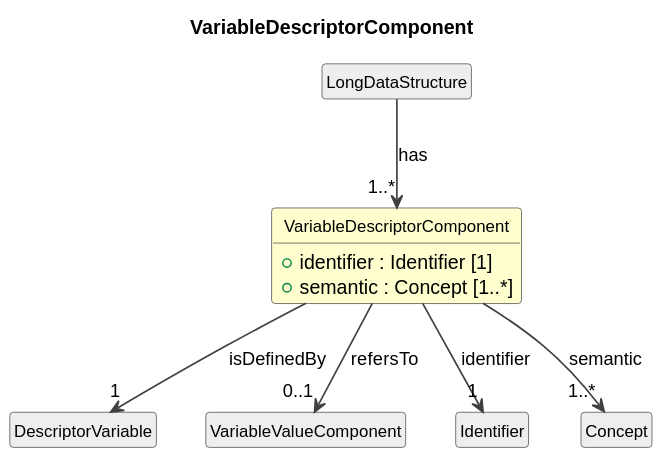
This is cdif-uml-model/_plantuml/cdifDataStructure/Classes/VariableDescriptorComponent.svg from Cross-Domain-Interoperability-Framework/metadataBuildingBlocks, a PlantUML export, as it was before one commit.
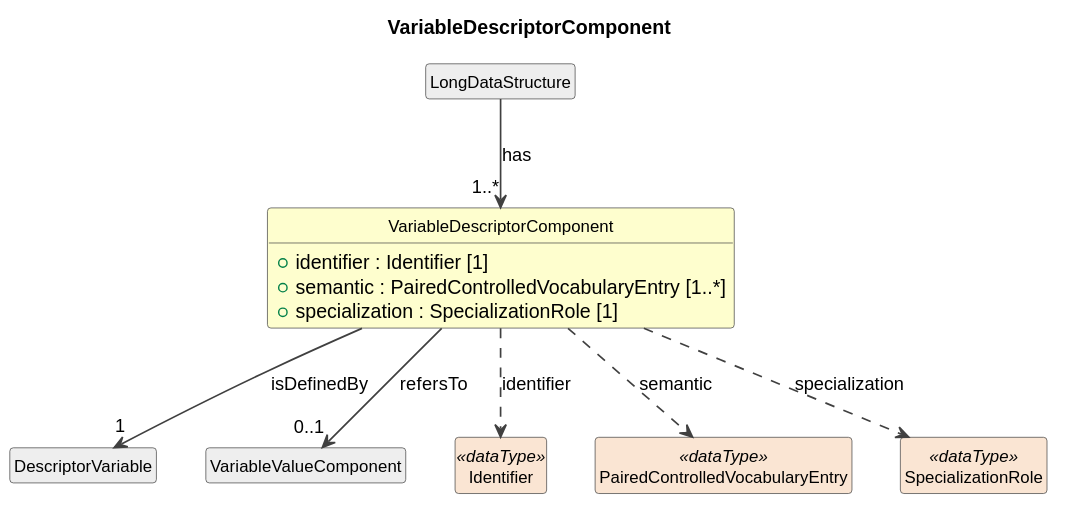
Later version of the same file.

Diff of the diagram source:
```diff
@@ -12,7 +12,8 @@
 
 class "VariableDescriptorComponent" as VariableDescriptorComponent #FEFECE {
   +identifier : Identifier [1]
-  +semantic : Concept [1..*]
+  +semantic : PairedControlledVocabularyEntry [1..*]
+  +specialization : SpecializationRole [1]
 }
 class "LongDataStructure" as LongDataStructure #EEEEEE
 LongDataStructure --> "1..*" VariableDescriptorComponent : has
@@ -20,8 +21,10 @@
 VariableDescriptorComponent --> "1" DescriptorVariable : isDefinedBy
 class "VariableValueComponent" as VariableValueComponent #EEEEEE
 VariableDescriptorComponent --> "0..1" VariableValueComponent : refersTo
-class "Identifier" as Identifier #EEEEEE
-VariableDescriptorComponent --> "1" Identifier : identifier
-class "Concept" as Concept #EEEEEE
-VariableDescriptorComponent --> "1..*" Concept : semantic
+class "Identifier" as Identifier <<dataType>> #FAE5D3
+VariableDescriptorComponent ..> Identifier : identifier
+class "PairedControlledVocabularyEntry" as PairedControlledVocabularyEntry <<dataType>> #FAE5D3
+VariableDescriptorComponent ..> PairedControlledVocabularyEntry : semantic
+class "SpecializationRole" as SpecializationRole <<dataType>> #FAE5D3
+VariableDescriptorComponent ..> SpecializationRole : specialization
 @enduml
```
